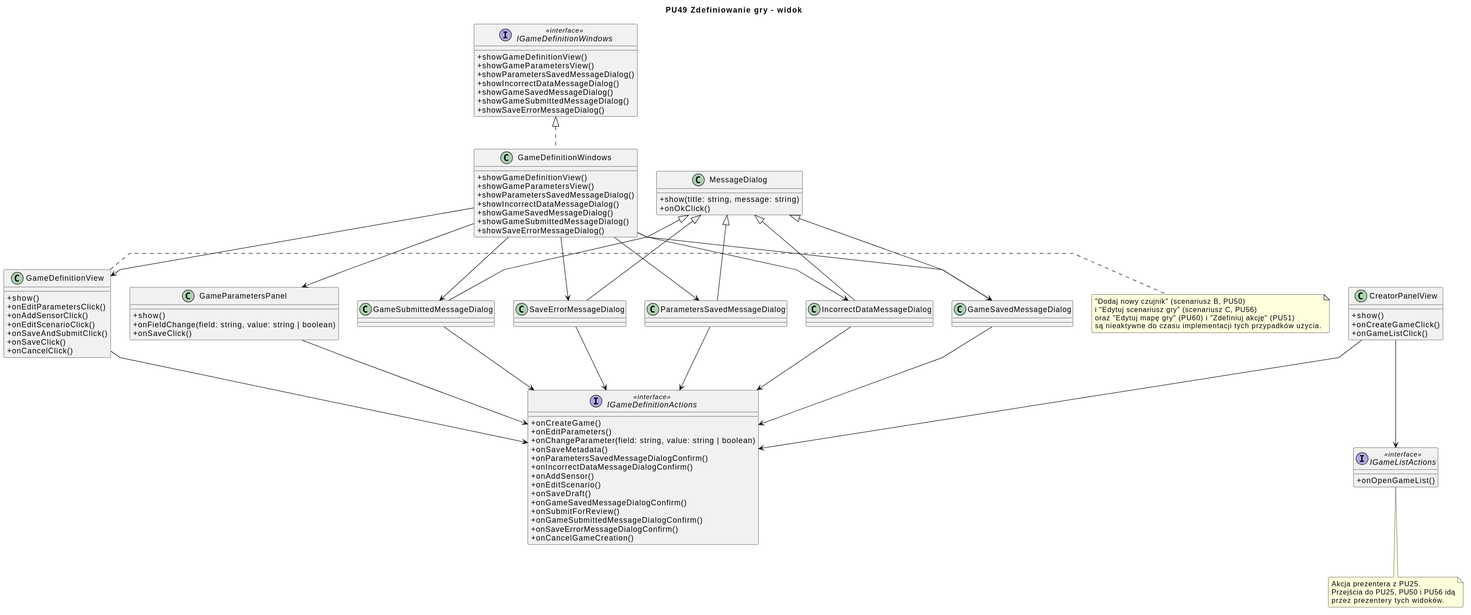
Above: diagrams/frontend/rendered/game-definition-view.svg in Igor-Ochocki/POP-2026Z (PlantUML), before the change.
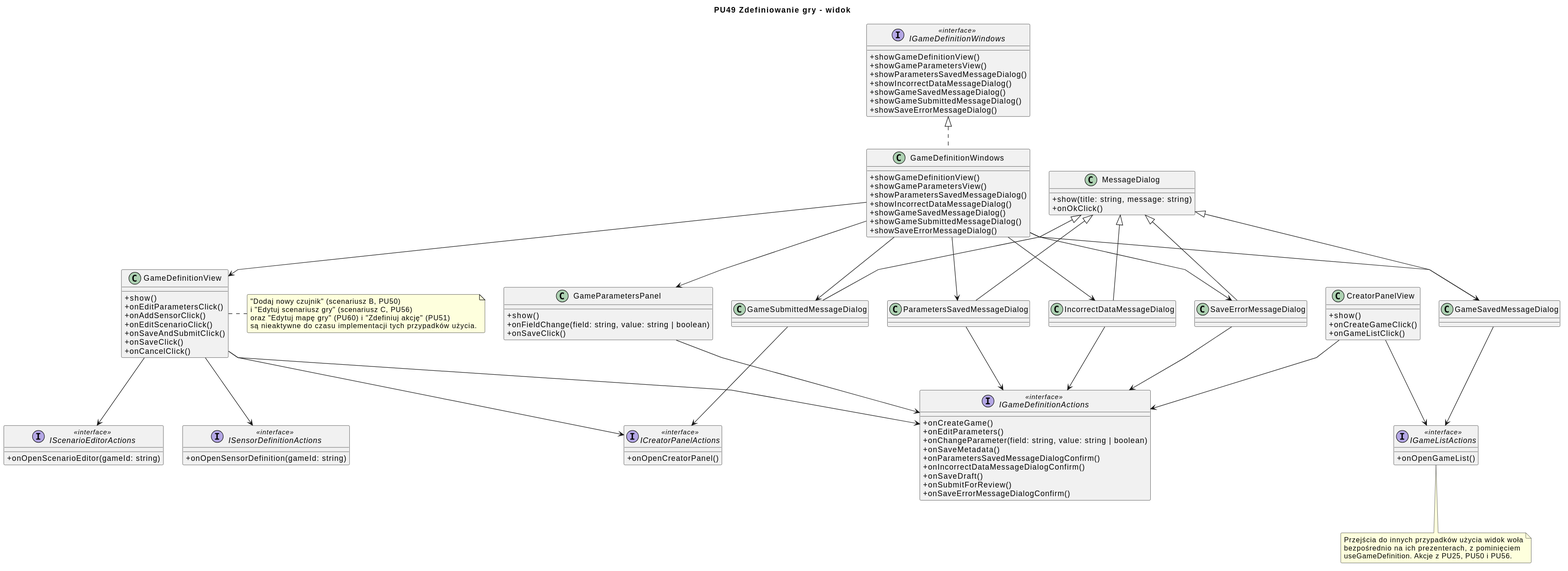
Later version of the same file.

Commit message:
PU49/fe: nawigacja View -> Presenter i nazwy DTO na diagramach

Change to the diagram source:
```diff
@@ -53,28 +53,38 @@
     + onSaveMetadata()
     + onParametersSavedMessageDialogConfirm()
     + onIncorrectDataMessageDialogConfirm()
-    + onAddSensor()
-    + onEditScenario()
     + onSaveDraft()
-    + onGameSavedMessageDialogConfirm()
     + onSubmitForReview()
-    + onGameSubmittedMessageDialogConfirm()
     + onSaveErrorMessageDialogConfirm()
-    + onCancelGameCreation()
+}
+
+interface ICreatorPanelActions <<interface>> {
+    + onOpenCreatorPanel()
 }
 
 interface IGameListActions <<interface>> {
     + onOpenGameList()
 }
 
+interface IScenarioEditorActions <<interface>> {
+    + onOpenScenarioEditor(gameId: string)
+}
+
+interface ISensorDefinitionActions <<interface>> {
+    + onOpenSensorDefinition(gameId: string)
+}
+
 CreatorPanelView --> IGameDefinitionActions
 CreatorPanelView --> IGameListActions
 GameDefinitionView --> IGameDefinitionActions
+GameDefinitionView --> ICreatorPanelActions
+GameDefinitionView --> IScenarioEditorActions
+GameDefinitionView --> ISensorDefinitionActions
 GameParametersPanel --> IGameDefinitionActions
 ParametersSavedMessageDialog --> IGameDefinitionActions
 IncorrectDataMessageDialog --> IGameDefinitionActions
-GameSavedMessageDialog --> IGameDefinitionActions
-GameSubmittedMessageDialog --> IGameDefinitionActions
+GameSavedMessageDialog --> IGameListActions
+GameSubmittedMessageDialog --> ICreatorPanelActions
 SaveErrorMessageDialog --> IGameDefinitionActions
 
 interface IGameDefinitionWindows <<interface>> {
@@ -108,9 +118,9 @@
 GameDefinitionWindows --> SaveErrorMessageDialog
 
 note bottom of IGameListActions
-    Akcja prezentera z PU25.
-    Przejścia do PU25, PU50 i PU56 idą
-    przez prezentery tych widoków.
+    Przejścia do innych przypadków użycia widok woła
+    bezpośrednio na ich prezenterach, z pominięciem
+    useGameDefinition. Akcje z PU25, PU50 i PU56.
 end note
 
 note right of GameDefinitionView
```
